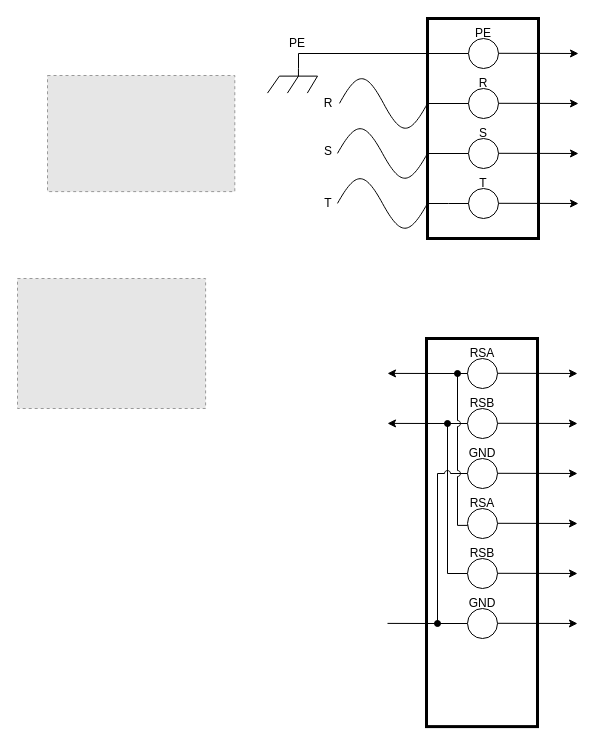
Before: ec-fan_device_manual_260305.drawio in ufm1/DIAGRAM-260305, a draw.io diagram. Source tidied: cells renumbered, new cells numbered last; positions are measured from the earlier drawing's top-left corner, leaving out a move shared by most shapes. Both pictures are drawn from the tidied source at 100%, with x=0, y=0 at pixel (17, 18). Pictures stored in the file or linked from it are replaced by grey dashed boxes.
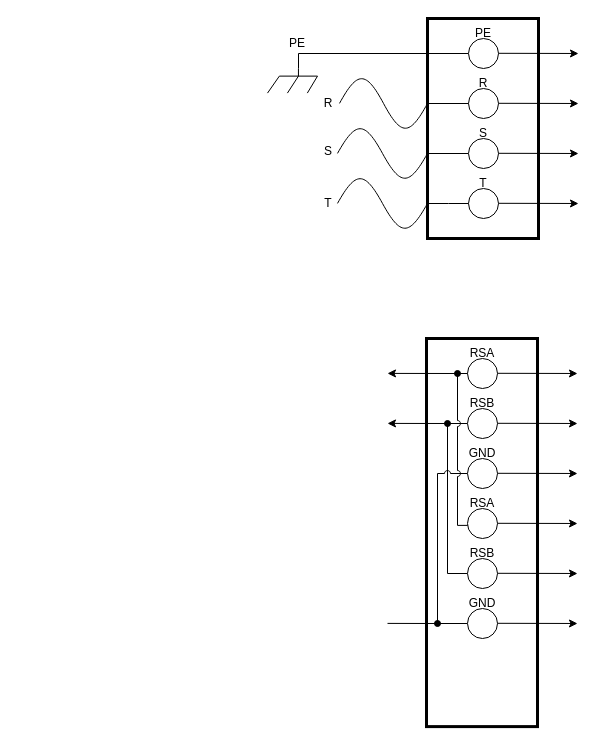
The same page after the edit.

What changed in the source:
```diff
@@
-    <mxCell id="21" style="fillColor=#E6E6E6;strokeColor=#999999;dashed=1;verticalLabelPosition=bottom;labelBackgroundColor=default;verticalAlign=top;" parent="1" vertex="1">
-      <mxGeometry y="260" width="188.1" height="130" as="geometry" />
-    </mxCell>
-    <mxCell id="22" style="fillColor=#E6E6E6;strokeColor=#999999;dashed=1;verticalLabelPosition=bottom;labelBackgroundColor=default;verticalAlign=top;" parent="1" vertex="1">
-      <mxGeometry x="30" y="57" width="187.3" height="116.1" as="geometry" />
-    </mxCell>
```
